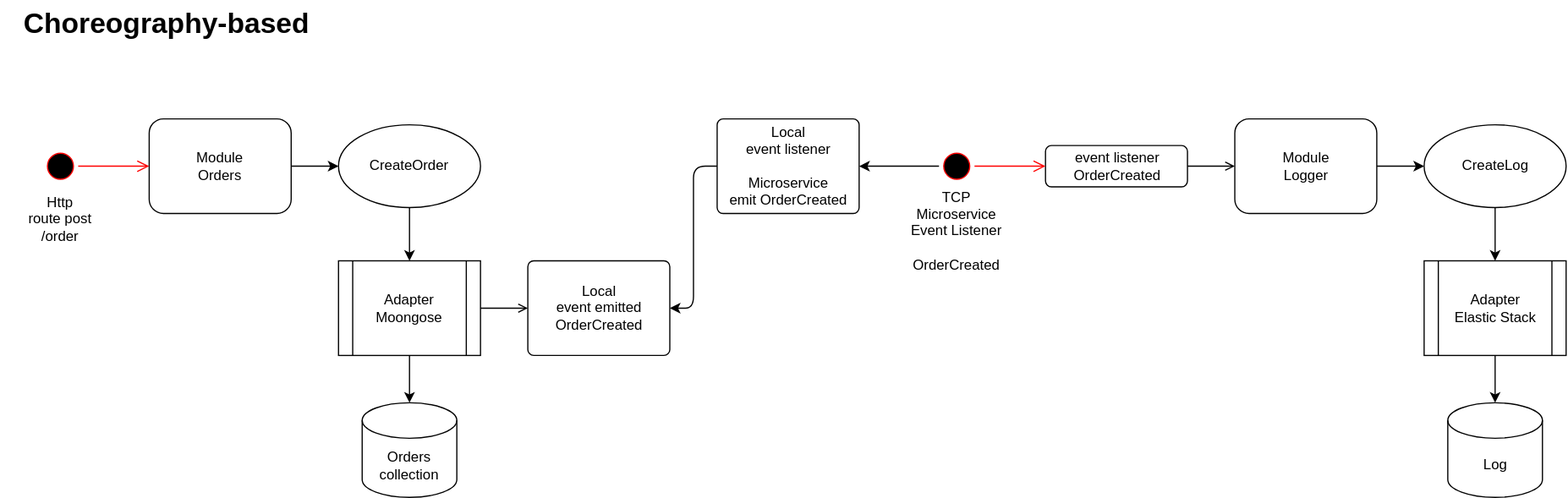
This is diagrams/architecture.drawio.svg from jovicon/nestjs-clean-architecture-event-driven-template, a draw.io export, as it was before one commit. Source tidied: cells renumbered, new cells last; positions are measured from the earlier drawing's top-left corner, leaving out a move shared by most shapes.
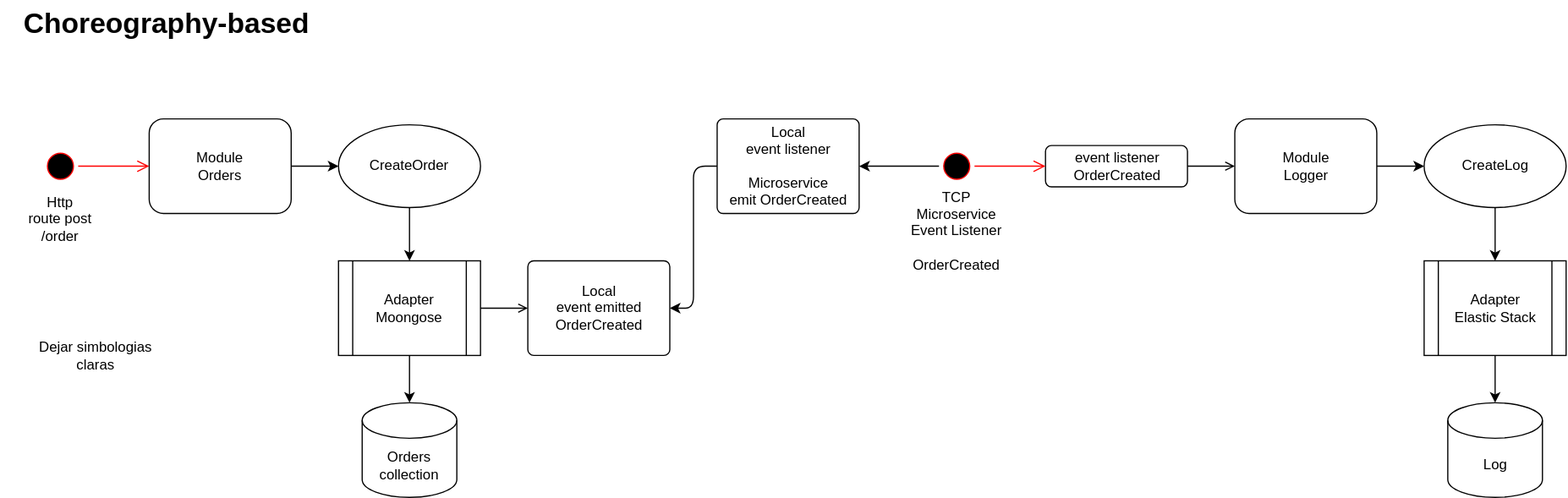
After the change.

The edit, as a diff of the source:
```diff
@@ -97,5 +97,8 @@
     <mxCell id="29" value="&lt;span style=&quot;font-size: 24px;&quot;&gt;&lt;b&gt;Choreography-based&lt;/b&gt;&lt;/span&gt;" style="text;html=1;strokeColor=none;fillColor=none;align=center;verticalAlign=middle;whiteSpace=wrap;rounded=0;" parent="1" vertex="1">
       <mxGeometry width="280" height="40" as="geometry" />
     </mxCell>
+    <mxCell id="30" value="Dejar simbologias&lt;br&gt;claras" style="text;html=1;strokeColor=none;fillColor=none;align=center;verticalAlign=middle;whiteSpace=wrap;rounded=0;" parent="1" vertex="1">
+      <mxGeometry y="280" width="160" height="40" as="geometry" />
+    </mxCell>
   </root>
 </mxGraphModel>
```
